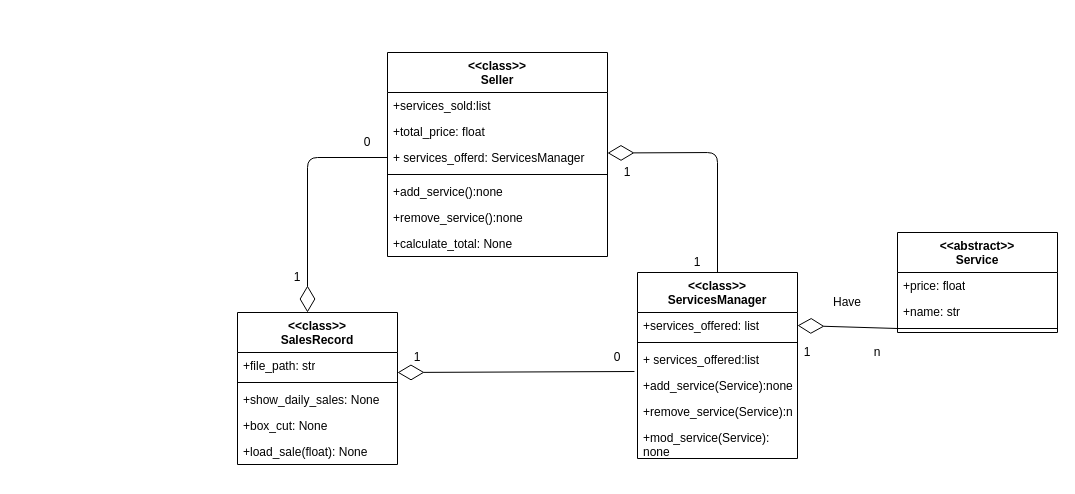
Earlier version of the draw.io diagram Diagrams/class_diagram.drawio (AlejandroGAmbriz/Shop_Record). Source tidied: cells renumbered, new cells numbered last; positions are measured from the earlier drawing's top-left corner, leaving out a move shared by most shapes. Both pictures are drawn from the tidied source at 100%, with x=0, y=0 at pixel (237, 52).
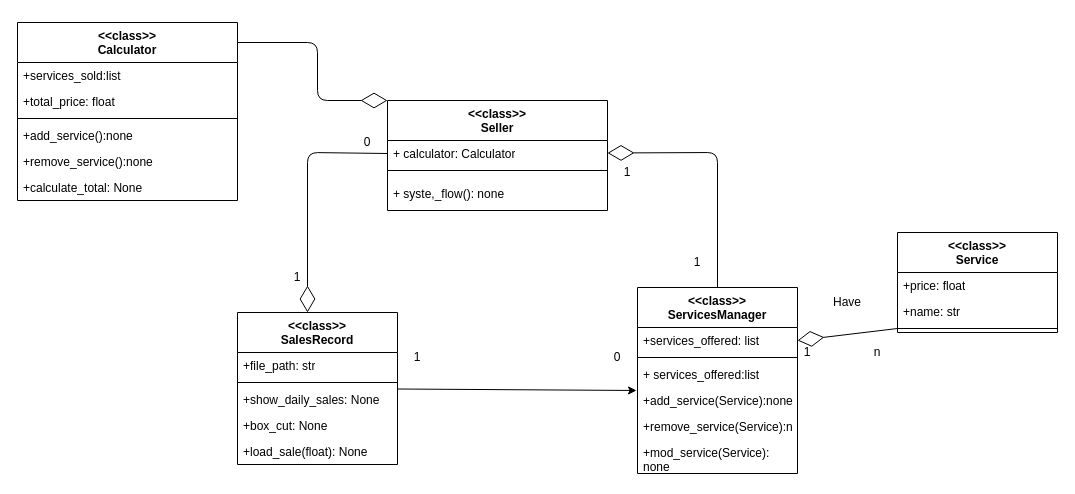
The same diagram, later.

Commit message:
Update: New class for diagrams for better responsability separation

The change refers to these unchanged cells:
```xml
<mxCell id="6" value="&lt;div&gt;&amp;lt;&amp;lt;class&amp;gt;&amp;gt;&lt;/div&gt;SalesRecord" style="swimlane;fontStyle=1;align=center;verticalAlign=top;horizontal=1;startSize=40;whiteSpace=wrap;html=1;" parent="1" vertex="1">
  <mxGeometry y="260" width="160" height="152" as="geometry" />
</mxCell>
<mxCell id="16" value="+ services_offered:list" style="text;strokeColor=none;fillColor=none;align=left;verticalAlign=top;spacingLeft=4;spacingRight=4;overflow=hidden;points=[[0,0.5],[1,0.5]];portConstraint=eastwest;whiteSpace=wrap;html=1;" parent="13" vertex="1">
  <mxGeometry y="74" width="160" height="26" as="geometry" />
</mxCell>
<mxCell id="17" value="+add_service(Service):none" style="text;strokeColor=none;fillColor=none;align=left;verticalAlign=top;spacingLeft=4;spacingRight=4;overflow=hidden;points=[[0,0.5],[1,0.5]];portConstraint=eastwest;whiteSpace=wrap;html=1;" parent="13" vertex="1">
  <mxGeometry y="100" width="160" height="26" as="geometry" />
</mxCell>
```

The edit, as a diff of the source:
```diff
@@
-    <mxCell id="2" value="&lt;div&gt;&amp;lt;&amp;lt;abstract&amp;gt;&amp;gt;&lt;/div&gt;Service" style="swimlane;fontStyle=1;align=center;verticalAlign=top;horizontal=1;startSize=40;whiteSpace=wrap;html=1;" parent="1" vertex="1">
+    <mxCell id="2" value="&lt;div&gt;&amp;lt;&amp;lt;class&amp;gt;&amp;gt;&lt;/div&gt;Service" style="swimlane;fontStyle=1;align=center;verticalAlign=top;horizontal=1;startSize=40;whiteSpace=wrap;html=1;" parent="1" vertex="1">
       <mxGeometry x="660" y="180" width="160" height="100" as="geometry" />
     </mxCell>
@@
-    <mxCell id="7" style="endArrow=diamondThin;endFill=0;endSize=24;html=1;entryX=1;entryY=0.5;entryDx=0;entryDy=0;exitX=0;exitY=0.5;exitDx=0;exitDy=0;" parent="6" edge="1" source="23">
+    <mxCell id="7" style="endArrow=diamondThin;endFill=0;endSize=24;html=1;entryX=1;entryY=0.5;entryDx=0;entryDy=0;exitX=0;exitY=0.5;exitDx=0;exitDy=0;" parent="6" edge="1">
       <mxGeometry relative="1" as="geometry">
+        <mxPoint x="150" y="-159" as="sourcePoint" />
         <mxPoint x="70" as="targetPoint" />
         <Array as="points">
-          <mxPoint x="70" y="-155" />
+          <mxPoint x="70" y="-160" />
         </Array>
       </mxGeometry>
     </mxCell>
@@
     <mxCell id="13" value="&lt;div&gt;&amp;lt;&amp;lt;class&amp;gt;&amp;gt;&lt;/div&gt;ServicesManager" style="swimlane;fontStyle=1;align=center;verticalAlign=top;horizontal=1;startSize=40;whiteSpace=wrap;html=1;" parent="1" vertex="1">
-      <mxGeometry x="400" y="220" width="160" height="186" as="geometry" />
+      <mxGeometry x="400" y="235" width="160" height="186" as="geometry" />
     </mxCell>
@@
     <mxCell id="20" value="&lt;div&gt;&amp;lt;&amp;lt;class&amp;gt;&amp;gt;&lt;/div&gt;Seller" style="swimlane;fontStyle=1;align=center;verticalAlign=top;horizontal=1;startSize=40;whiteSpace=wrap;html=1;" parent="1" vertex="1">
-      <mxGeometry x="150" width="220" height="204" as="geometry" />
+      <mxGeometry x="150" y="48" width="220" height="110" as="geometry" />
     </mxCell>
-    <mxCell id="21" value="+services_sold:list" style="text;strokeColor=none;fillColor=none;align=left;verticalAlign=top;spacingLeft=4;spacingRight=4;overflow=hidden;whiteSpace=wrap;html=1;" parent="20" vertex="1">
-      <mxGeometry y="40" width="220" height="26" as="geometry" />
-    </mxCell>
-    <mxCell id="22" value="+total_price: float" style="text;strokeColor=none;fillColor=none;align=left;verticalAlign=top;spacingLeft=4;spacingRight=4;overflow=hidden;whiteSpace=wrap;html=1;" parent="20" vertex="1">
-      <mxGeometry y="66" width="220" height="26" as="geometry" />
-    </mxCell>
-    <mxCell id="23" value="+ services_offerd: ServicesManager" style="text;strokeColor=none;fillColor=none;align=left;verticalAlign=top;spacingLeft=4;spacingRight=4;overflow=hidden;points=[[0,0.5],[1,0.5]];portConstraint=eastwest;whiteSpace=wrap;html=1;" parent="20" vertex="1">
-      <mxGeometry y="92" width="220" height="26" as="geometry" />
-    </mxCell>
+    <mxCell id="40" value="+ calculator: Calculator" style="text;strokeColor=none;fillColor=none;align=left;verticalAlign=top;spacingLeft=4;spacingRight=4;overflow=hidden;whiteSpace=wrap;html=1;" parent="20" vertex="1">
+      <mxGeometry y="40" width="220" height="20" as="geometry" />
+    </mxCell>
     <mxCell id="24" style="line;strokeWidth=1;fillColor=none;align=left;verticalAlign=middle;spacingTop=-1;spacingLeft=3;spacingRight=3;labelPosition=right;strokeColor=inherit;" parent="20" vertex="1">
-      <mxGeometry y="118" width="220" height="8" as="geometry" />
+      <mxGeometry y="60" width="220" height="20" as="geometry" />
     </mxCell>
-    <mxCell id="25" value="+add_service():none" style="text;strokeColor=none;fillColor=none;align=left;verticalAlign=top;spacingLeft=4;spacingRight=4;overflow=hidden;whiteSpace=wrap;html=1;" parent="20" vertex="1">
-      <mxGeometry y="126" width="220" height="26" as="geometry" />
-    </mxCell>
-    <mxCell id="26" value="+remove_service():none" style="text;strokeColor=none;fillColor=none;align=left;verticalAlign=top;spacingLeft=4;spacingRight=4;overflow=hidden;whiteSpace=wrap;html=1;" parent="20" vertex="1">
-      <mxGeometry y="152" width="220" height="26" as="geometry" />
-    </mxCell>
-    <mxCell id="27" value="+calculate_total: None" style="text;strokeColor=none;fillColor=none;align=left;verticalAlign=top;spacingLeft=4;spacingRight=4;overflow=hidden;whiteSpace=wrap;html=1;" parent="20" vertex="1">
-      <mxGeometry y="178" width="220" height="26" as="geometry" />
-    </mxCell>
+    <mxCell id="41" value="+ syste,_flow(): none" style="text;strokeColor=none;fillColor=none;align=left;verticalAlign=top;spacingLeft=4;spacingRight=4;overflow=hidden;whiteSpace=wrap;html=1;" parent="20" vertex="1">
+      <mxGeometry y="80" width="220" height="30" as="geometry" />
+    </mxCell>
@@
-    <mxCell id="33" style="endArrow=diamondThin;endFill=0;endSize=24;html=1;entryX=1;entryY=0.5;entryDx=0;entryDy=0;exitX=-0.019;exitY=0.962;exitDx=0;exitDy=0;exitPerimeter=0;" parent="1" edge="1" source="16">
-      <mxGeometry relative="1" as="geometry">
-        <mxPoint x="160" y="320" as="targetPoint" />
-      </mxGeometry>
-    </mxCell>
@@
+    <mxCell id="42" value="&lt;div&gt;&amp;lt;&amp;lt;class&amp;gt;&amp;gt;&lt;/div&gt;Calculator" style="swimlane;fontStyle=1;align=center;verticalAlign=top;horizontal=1;startSize=40;whiteSpace=wrap;html=1;" parent="1" vertex="1">
+      <mxGeometry x="-220" y="-30" width="220" height="178" as="geometry" />
+    </mxCell>
+    <mxCell id="21" value="+services_sold:list" style="text;strokeColor=none;fillColor=none;align=left;verticalAlign=top;spacingLeft=4;spacingRight=4;overflow=hidden;whiteSpace=wrap;html=1;" parent="42" vertex="1">
+      <mxGeometry y="40" width="220" height="26" as="geometry" />
+    </mxCell>
+    <mxCell id="22" value="+total_price: float" style="text;strokeColor=none;fillColor=none;align=left;verticalAlign=top;spacingLeft=4;spacingRight=4;overflow=hidden;whiteSpace=wrap;html=1;" parent="42" vertex="1">
+      <mxGeometry y="66" width="220" height="26" as="geometry" />
+    </mxCell>
+    <mxCell id="43" style="line;strokeWidth=1;fillColor=none;align=left;verticalAlign=middle;spacingTop=-1;spacingLeft=3;spacingRight=3;labelPosition=right;strokeColor=inherit;" parent="42" vertex="1">
+      <mxGeometry y="92" width="220" height="8" as="geometry" />
+    </mxCell>
+    <mxCell id="25" value="+add_service():none" style="text;strokeColor=none;fillColor=none;align=left;verticalAlign=top;spacingLeft=4;spacingRight=4;overflow=hidden;whiteSpace=wrap;html=1;" parent="42" vertex="1">
+      <mxGeometry y="100" width="220" height="26" as="geometry" />
+    </mxCell>
+    <mxCell id="26" value="+remove_service():none" style="text;strokeColor=none;fillColor=none;align=left;verticalAlign=top;spacingLeft=4;spacingRight=4;overflow=hidden;whiteSpace=wrap;html=1;" parent="42" vertex="1">
+      <mxGeometry y="126" width="220" height="26" as="geometry" />
+    </mxCell>
+    <mxCell id="27" value="+calculate_total: None" style="text;strokeColor=none;fillColor=none;align=left;verticalAlign=top;spacingLeft=4;spacingRight=4;overflow=hidden;whiteSpace=wrap;html=1;" parent="42" vertex="1">
+      <mxGeometry y="152" width="220" height="26" as="geometry" />
+    </mxCell>
+    <mxCell id="44" style="edgeStyle=none;html=1;entryX=-0.006;entryY=0.115;entryDx=0;entryDy=0;entryPerimeter=0;" parent="1" edge="1" source="6" target="17">
+      <mxGeometry relative="1" as="geometry" />
+    </mxCell>
+    <mxCell id="45" style="endArrow=diamondThin;endFill=0;endSize=24;html=1;entryX=0;entryY=0;entryDx=0;entryDy=0;" parent="1" edge="1" target="20">
+      <mxGeometry relative="1" as="geometry">
+        <mxPoint y="-10" as="sourcePoint" />
+        <Array as="points">
+          <mxPoint x="80" y="-10" />
+          <mxPoint x="80" y="48" />
+        </Array>
+      </mxGeometry>
+    </mxCell>
```
